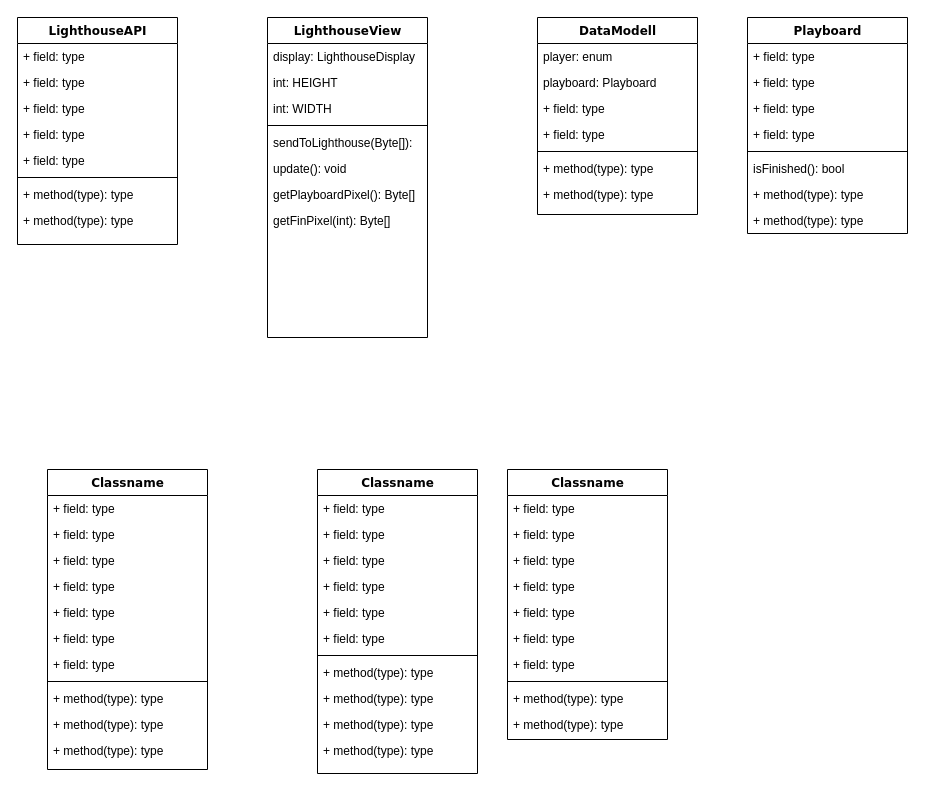
Before: Projekt.drawio in Mindxxxd/FourTheWin, a draw.io diagram. Source tidied: cells renumbered, new cells numbered last; positions are measured from the earlier drawing's top-left corner, leaving out a move shared by most shapes. Both pictures are drawn from the tidied source at 100%, with x=0, y=0 at pixel (17, 17).
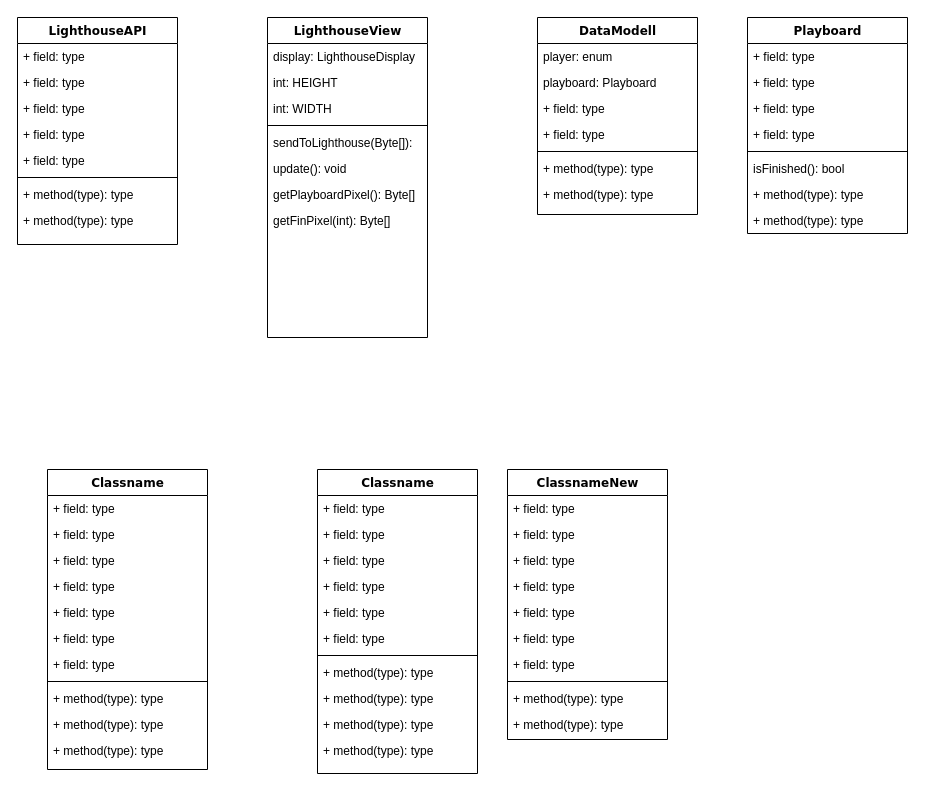
Above is the later version.

What changed in the source:
```diff
@@
-    <mxCell id="52" value="Classname" style="swimlane;html=1;fontStyle=1;align=center;verticalAlign=top;horizontal=1;startSize=26;swimlaneFillColor=#ffffff;rounded=0;shadow=0;comic=0;labelBackgroundColor=none;strokeWidth=1;fillColor=none;fontFamily=Verdana;fontSize=12;" parent="1" vertex="1">
+    <mxCell id="52" value="ClassnameNew" style="swimlane;html=1;fontStyle=1;align=center;verticalAlign=top;horizontal=1;startSize=26;swimlaneFillColor=#ffffff;rounded=0;shadow=0;comic=0;labelBackgroundColor=none;strokeWidth=1;fillColor=none;fontFamily=Verdana;fontSize=12;" parent="1" vertex="1">
       <mxGeometry x="490" y="452" width="160" height="270" as="geometry" />
     </mxCell>
```
